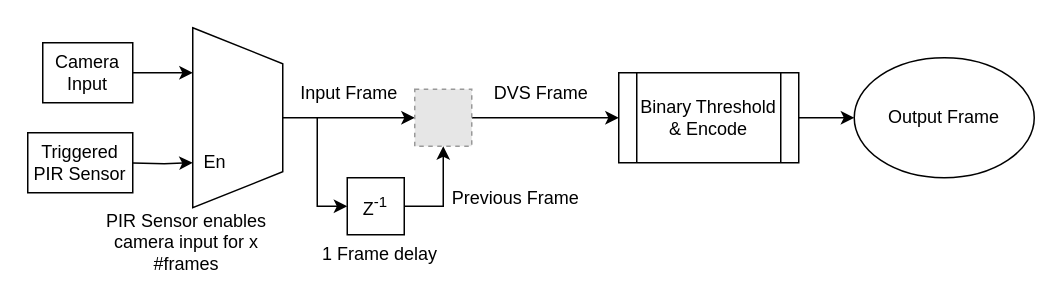
The draw.io diagram DVS_Model_Diagram.drawio in graemef681/19520-Fall-Detection-DVS, before the edit. Source tidied: cells renumbered, new cells numbered last; positions are measured from the earlier drawing's top-left corner, leaving out a move shared by most shapes. Both pictures are drawn from the tidied source at 150%, with x=0, y=0 at pixel (27, 42). Pictures stored in the file or linked from it are replaced by grey dashed boxes.
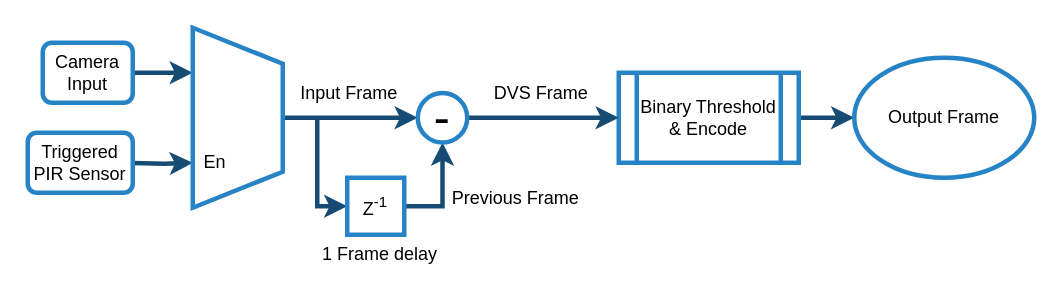
Above is the later version.

Commit message (it also covers changes not shown here):
Updated DVS Diagram

Change to the diagram source:
```diff
@@
-    <mxCell id="2" style="edgeStyle=orthogonalEdgeStyle;rounded=0;jettySize=auto;html=1;exitX=1;exitY=0.5;exitDx=0;exitDy=0;entryX=0.25;entryY=1;entryDx=0;entryDy=0;startArrow=none;startFill=0;endArrow=classic;endFill=1;" parent="1" edge="1" source="3" target="8">
+    <mxCell id="2" style="edgeStyle=orthogonalEdgeStyle;rounded=0;jettySize=auto;html=1;exitX=1;exitY=0.5;exitDx=0;exitDy=0;entryX=0.25;entryY=1;entryDx=0;entryDy=0;startArrow=none;startFill=0;endArrow=classic;endFill=1;strokeColor=#164C73;strokeWidth=3;" parent="1" edge="1" source="3" target="8">
       <mxGeometry relative="1" as="geometry" />
     </mxCell>
-    <mxCell id="3" value="Camera &lt;br&gt;Input" style="rounded=0;whiteSpace=wrap;html=1;" parent="1" vertex="1">
+    <mxCell id="3" value="Camera &lt;br&gt;Input" style="rounded=1;whiteSpace=wrap;html=1;strokeColor=#2683C6;strokeWidth=3;" parent="1" vertex="1">
       <mxGeometry x="10" width="60" height="40" as="geometry" />
     </mxCell>
-    <mxCell id="4" style="edgeStyle=orthogonalEdgeStyle;rounded=0;jettySize=auto;html=1;exitX=1;exitY=0.5;exitDx=0;exitDy=0;entryX=0;entryY=0.5;entryDx=0;entryDy=0;" parent="1" edge="1" source="5" target="13">
+    <mxCell id="4" style="edgeStyle=orthogonalEdgeStyle;rounded=0;jettySize=auto;html=1;exitX=1;exitY=0.5;exitDx=0;exitDy=0;entryX=0;entryY=0.5;entryDx=0;entryDy=0;strokeColor=#164C73;strokeWidth=3;" parent="1" edge="1" source="5" target="13">
       <mxGeometry relative="1" as="geometry" />
     </mxCell>
-    <mxCell id="5" value="Binary Threshold &amp;amp; Encode" style="shape=process;whiteSpace=wrap;html=1;backgroundOutline=1;" parent="1" vertex="1">
+    <mxCell id="5" value="Binary Threshold &amp;amp; Encode" style="shape=process;whiteSpace=wrap;html=1;backgroundOutline=1;strokeColor=#2683C6;strokeWidth=3;" parent="1" vertex="1">
       <mxGeometry x="394" y="20" width="120" height="60" as="geometry" />
     </mxCell>
-    <mxCell id="6" style="edgeStyle=orthogonalEdgeStyle;rounded=0;jettySize=auto;html=1;entryX=0.75;entryY=1;entryDx=0;entryDy=0;" parent="1" edge="1" target="8">
+    <mxCell id="6" style="edgeStyle=orthogonalEdgeStyle;rounded=0;jettySize=auto;html=1;entryX=0.75;entryY=1;entryDx=0;entryDy=0;strokeColor=#164C73;strokeWidth=3;" parent="1" edge="1" target="8">
       <mxGeometry relative="1" as="geometry">
         <mxPoint x="70" y="80.1" as="sourcePoint" />
       </mxGeometry>
     </mxCell>
-    <mxCell id="7" style="edgeStyle=orthogonalEdgeStyle;rounded=0;jettySize=auto;html=1;exitX=0.5;exitY=0;exitDx=0;exitDy=0;entryX=0;entryY=0.5;entryDx=0;entryDy=0;" parent="1" edge="1" source="8" target="12">
+    <mxCell id="7" style="edgeStyle=orthogonalEdgeStyle;rounded=0;jettySize=auto;html=1;exitX=0.5;exitY=0;exitDx=0;exitDy=0;entryX=0;entryY=0.5;entryDx=0;entryDy=0;strokeColor=#164C73;strokeWidth=3;" parent="1" edge="1" source="8" target="22">
       <mxGeometry relative="1" as="geometry" />
     </mxCell>
-    <mxCell id="8" style="shape=trapezoid;perimeter=trapezoidPerimeter;whiteSpace=wrap;html=1;rotation=90;" parent="1" vertex="1">
+    <mxCell id="8" style="shape=trapezoid;perimeter=trapezoidPerimeter;whiteSpace=wrap;html=1;rotation=90;strokeColor=#2683C6;strokeWidth=3;" parent="1" vertex="1">
       <mxGeometry x="80" y="20" width="120" height="60" as="geometry" />
     </mxCell>
@@
-    <mxCell id="10" style="edgeStyle=orthogonalEdgeStyle;rounded=0;jettySize=auto;html=1;exitX=1;exitY=0.5;exitDx=0;exitDy=0;entryX=0;entryY=0.5;entryDx=0;entryDy=0;" parent="1" edge="1" source="12" target="5">
+    <mxCell id="10" style="edgeStyle=orthogonalEdgeStyle;rounded=0;jettySize=auto;html=1;exitX=1;exitY=0.5;exitDx=0;exitDy=0;entryX=0;entryY=0.5;entryDx=0;entryDy=0;strokeColor=#164C73;strokeWidth=3;" parent="1" edge="1" source="22" target="5">
       <mxGeometry relative="1" as="geometry" />
     </mxCell>
-    <mxCell id="11" style="edgeStyle=orthogonalEdgeStyle;rounded=0;jettySize=auto;html=1;entryX=0;entryY=0.5;entryDx=0;entryDy=0;startArrow=none;startFill=0;endArrow=classic;endFill=1;" parent="1" edge="1" target="17">
+    <mxCell id="11" style="edgeStyle=orthogonalEdgeStyle;rounded=0;jettySize=auto;html=1;entryX=0;entryY=0.5;entryDx=0;entryDy=0;startArrow=none;startFill=0;endArrow=classic;endFill=1;strokeColor=#164C73;strokeWidth=3;" parent="1" edge="1" target="17">
       <mxGeometry relative="1" as="geometry">
         <mxPoint x="193" y="50" as="sourcePoint" />
         <Array as="points">
           <mxPoint x="193" y="109" />
         </Array>
       </mxGeometry>
     </mxCell>
-    <mxCell id="12" style="fillColor=#E6E6E6;strokeColor=#999999;dashed=1;html=1;verticalAlign=top;verticalLabelPosition=bottom;labelBackgroundColor=#ffffff;" parent="1" vertex="1">
-      <mxGeometry x="258" y="31" width="38" height="38" as="geometry" />
-    </mxCell>
-    <mxCell id="13" value="Output Frame" style="ellipse;whiteSpace=wrap;html=1;" parent="1" vertex="1">
+    <mxCell id="13" value="Output Frame" style="ellipse;whiteSpace=wrap;html=1;strokeColor=#2683C6;strokeWidth=3;" parent="1" vertex="1">
       <mxGeometry x="551" y="10" width="120" height="80" as="geometry" />
     </mxCell>
-    <mxCell id="14" value="Triggered PIR Sensor" style="rounded=0;whiteSpace=wrap;html=1;" parent="1" vertex="1">
+    <mxCell id="14" value="Triggered PIR Sensor" style="rounded=1;whiteSpace=wrap;html=1;strokeColor=#2683C6;strokeWidth=3;" parent="1" vertex="1">
       <mxGeometry y="60" width="70" height="40" as="geometry" />
     </mxCell>
@@
-    <mxCell id="16" style="edgeStyle=orthogonalEdgeStyle;rounded=0;jettySize=auto;html=1;exitX=1;exitY=0.5;exitDx=0;exitDy=0;entryX=0.5;entryY=1;entryDx=0;entryDy=0;startArrow=none;startFill=0;endArrow=classic;endFill=1;" parent="1" edge="1" source="17" target="12">
+    <mxCell id="16" style="edgeStyle=orthogonalEdgeStyle;rounded=0;jettySize=auto;html=1;exitX=1;exitY=0.5;exitDx=0;exitDy=0;startArrow=none;startFill=0;endArrow=classic;endFill=1;entryX=0.5;entryY=1;entryDx=0;entryDy=0;strokeColor=#164C73;strokeWidth=3;" parent="1" edge="1" source="17" target="22">
       <mxGeometry relative="1" as="geometry" />
     </mxCell>
-    <mxCell id="17" value="Z&lt;sup&gt;-1&lt;/sup&gt;" style="whiteSpace=wrap;html=1;" parent="1" vertex="1">
+    <mxCell id="17" value="Z&lt;sup&gt;-1&lt;/sup&gt;" style="whiteSpace=wrap;html=1;strokeColor=#2683C6;strokeWidth=3;" parent="1" vertex="1">
       <mxGeometry x="213" y="90" width="38" height="38" as="geometry" />
     </mxCell>
@@
-    <mxCell id="21" value="PIR Sensor enables camera input for x #frames" style="text;html=1;strokeColor=none;fillColor=none;align=center;verticalAlign=middle;whiteSpace=wrap;rounded=0;" parent="1" vertex="1">
-      <mxGeometry x="51" y="123" width="110" height="20" as="geometry" />
-    </mxCell>
+    <mxCell id="22" value="&lt;font face=&quot;Lucida Console&quot; style=&quot;font-size: 31px ; line-height: 90%&quot;&gt;-&lt;/font&gt;" style="ellipse;whiteSpace=wrap;html=1;strokeColor=#2683C6;strokeWidth=3;" parent="1" vertex="1">
+      <mxGeometry x="260" y="33.5" width="33" height="33" as="geometry" />
+    </mxCell>
```
